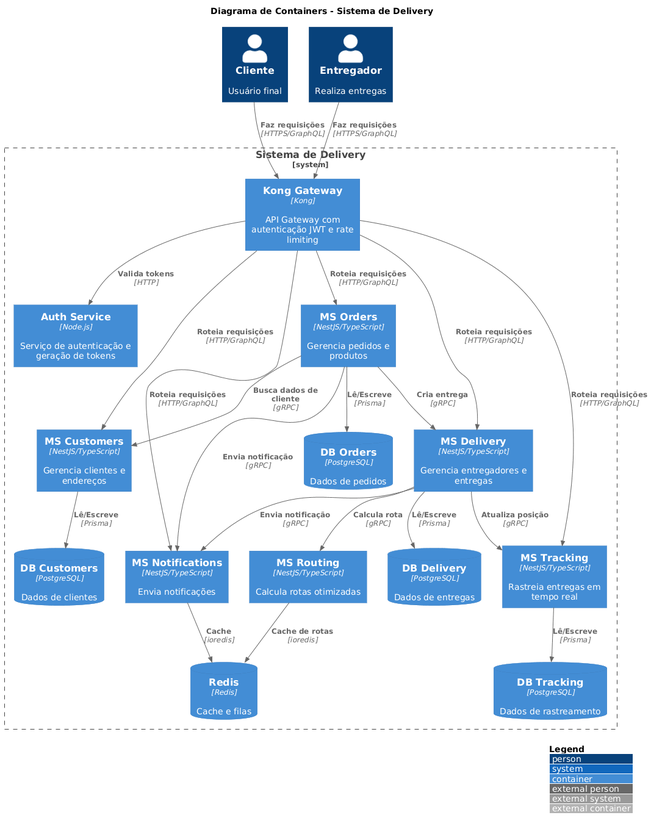
alexsanjr/delivery-cefet keeps this PlantUML diagram as docs/c4-diagrams/c4-container.png. Above is the earlier version.
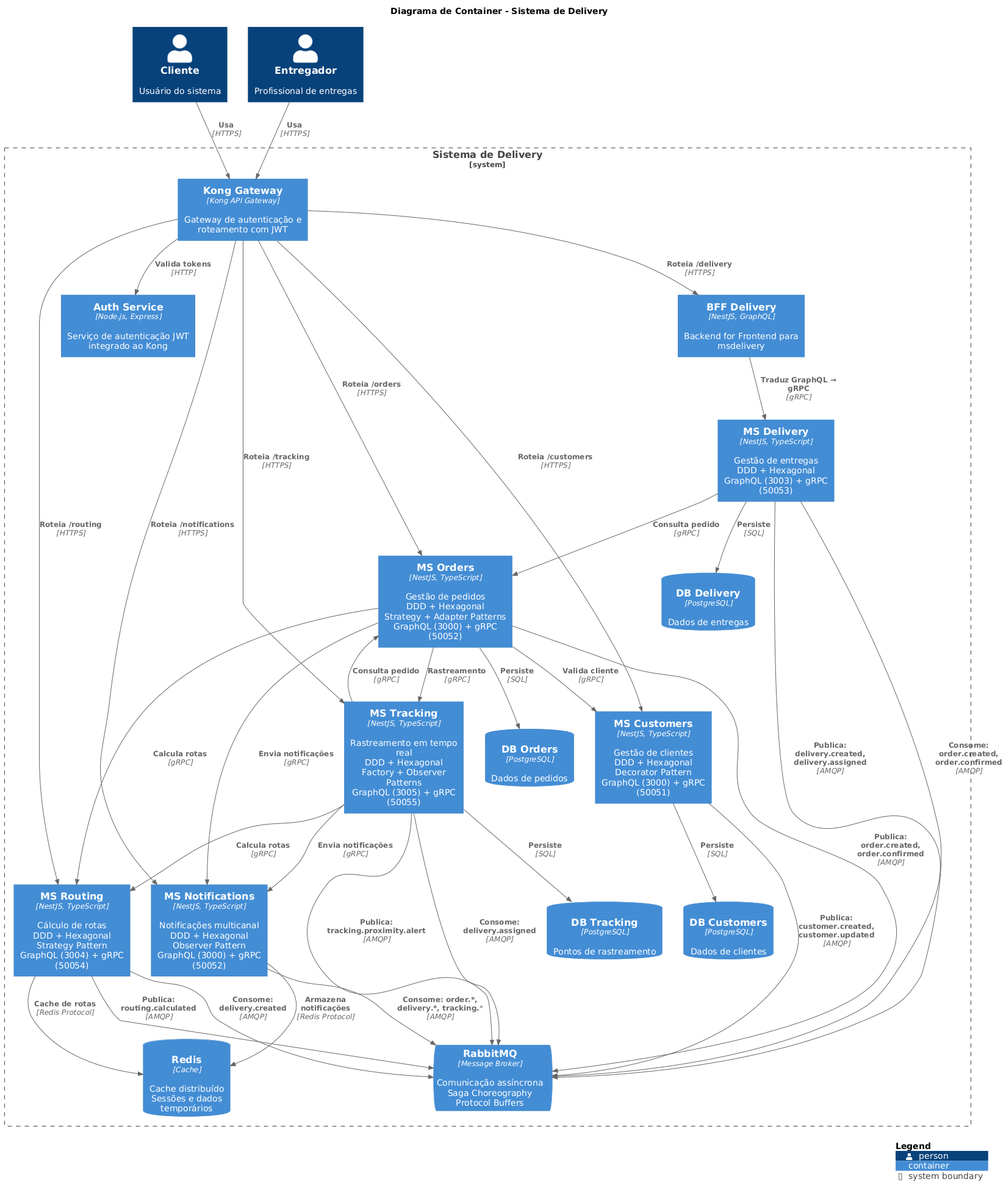
The same file after the commit.

The edit, as a diff of the source:
```diff
@@ -1,55 +1,78 @@
 @startuml
 !include https://raw.githubusercontent.com/plantuml-stdlib/C4-PlantUML/master/C4_Container.puml
 
-LAYOUT_WITH_LEGEND()
+LAYOUT_TOP_DOWN()
 
-title Diagrama de Containers - Sistema de Delivery
+title Diagrama de Container - Sistema de Delivery
 
-Person(cliente, "Cliente", "Usuário final")
-Person(entregador, "Entregador", "Realiza entregas")
+Person(cliente, "Cliente", "Usuário do sistema")
+Person(entregador, "Entregador", "Profissional de entregas")
 
-System_Boundary(sistema, "Sistema de Delivery") {
-    Container(apiGateway, "Kong Gateway", "Kong", "API Gateway com autenticação JWT e rate limiting")
-    Container(authService, "Auth Service", "Node.js", "Serviço de autenticação e geração de tokens")
+System_Boundary(delivery, "Sistema de Delivery") {
+    Container(bff, "BFF Delivery", "NestJS, GraphQL", "Backend for Frontend para msdelivery")
+    Container(kong, "Kong Gateway", "Kong API Gateway", "Gateway de autenticação e roteamento com JWT")
+    Container(auth_service, "Auth Service", "Node.js, Express", "Serviço de autenticação JWT integrado ao Kong")
 
-    Container(msCustomers, "MS Customers", "NestJS/TypeScript", "Gerencia clientes e endereços")
-    Container(msOrders, "MS Orders", "NestJS/TypeScript", "Gerencia pedidos e produtos")
-    Container(msDelivery, "MS Delivery", "NestJS/TypeScript", "Gerencia entregadores e entregas")
-    Container(msNotifications, "MS Notifications", "NestJS/TypeScript", "Envia notificações")
-    Container(msRouting, "MS Routing", "NestJS/TypeScript", "Calcula rotas otimizadas")
-    Container(msTracking, "MS Tracking", "NestJS/TypeScript", "Rastreia entregas em tempo real")
+    Container(mscustomers, "MS Customers", "NestJS, TypeScript", "Gestão de clientes\nDDD + Hexagonal\nDecorator Pattern\nGraphQL (3000) + gRPC (50051)")
+    Container(msorders, "MS Orders", "NestJS, TypeScript", "Gestão de pedidos\nDDD + Hexagonal\nStrategy + Adapter Patterns\nGraphQL (3000) + gRPC (50052)")
+    Container(msdelivery, "MS Delivery", "NestJS, TypeScript", "Gestão de entregas\nDDD + Hexagonal\nGraphQL (3003) + gRPC (50053)")
+    Container(msrouting, "MS Routing", "NestJS, TypeScript", "Cálculo de rotas\nDDD + Hexagonal\nStrategy Pattern\nGraphQL (3004) + gRPC (50054)")
+    Container(msnotifications, "MS Notifications", "NestJS, TypeScript", "Notificações multicanal\nDDD + Hexagonal\nObserver Pattern\nGraphQL (3000) + gRPC (50052)")
+    Container(mstracking, "MS Tracking", "NestJS, TypeScript", "Rastreamento em tempo real\nDDD + Hexagonal\nFactory + Observer Patterns\nGraphQL (3005) + gRPC (50055)")
 
-    ContainerDb(dbCustomers, "DB Customers", "PostgreSQL", "Dados de clientes")
-    ContainerDb(dbOrders, "DB Orders", "PostgreSQL", "Dados de pedidos")
-    ContainerDb(dbDelivery, "DB Delivery", "PostgreSQL", "Dados de entregas")
-    ContainerDb(dbTracking, "DB Tracking", "PostgreSQL", "Dados de rastreamento")
+    ContainerQueue(rabbitmq, "RabbitMQ", "Message Broker", "Comunicação assíncrona\nSaga Choreography\nProtocol Buffers")
+    ContainerDb(redis, "Redis", "Cache", "Cache distribuído\nSessões e dados temporários")
 
-    ContainerDb(redis, "Redis", "Redis", "Cache e filas")
+    ContainerDb(db_customers, "DB Customers", "PostgreSQL", "Dados de clientes")
+    ContainerDb(db_orders, "DB Orders", "PostgreSQL", "Dados de pedidos")
+    ContainerDb(db_delivery, "DB Delivery", "PostgreSQL", "Dados de entregas")
+    ContainerDb(db_tracking, "DB Tracking", "PostgreSQL", "Pontos de rastreamento")
 }
 
-Rel(cliente, apiGateway, "Faz requisições", "HTTPS/GraphQL")
-Rel(entregador, apiGateway, "Faz requisições", "HTTPS/GraphQL")
+Rel(cliente, kong, "Usa", "HTTPS")
+Rel(entregador, kong, "Usa", "HTTPS")
 
-Rel(apiGateway, authService, "Valida tokens", "HTTP")
-Rel(apiGateway, msCustomers, "Roteia requisições", "HTTP/GraphQL")
-Rel(apiGateway, msOrders, "Roteia requisições", "HTTP/GraphQL")
-Rel(apiGateway, msDelivery, "Roteia requisições", "HTTP/GraphQL")
-Rel(apiGateway, msNotifications, "Roteia requisições", "HTTP/GraphQL")
-Rel(apiGateway, msTracking, "Roteia requisições", "HTTP/GraphQL")
+Rel(kong, auth_service, "Valida tokens", "HTTP")
 
-Rel(msOrders, msCustomers, "Busca dados de cliente", "gRPC")
-Rel(msOrders, msNotifications, "Envia notificação", "gRPC")
-Rel(msOrders, msDelivery, "Cria entrega", "gRPC")
+Rel(kong, bff, "Roteia /delivery", "HTTPS")
+Rel(kong, mscustomers, "Roteia /customers", "HTTPS")
+Rel(kong, msorders, "Roteia /orders", "HTTPS")
+Rel(kong, msrouting, "Roteia /routing", "HTTPS")
+Rel(kong, msnotifications, "Roteia /notifications", "HTTPS")
+Rel(kong, mstracking, "Roteia /tracking", "HTTPS")
 
-Rel(msDelivery, msRouting, "Calcula rota", "gRPC")
-Rel(msDelivery, msTracking, "Atualiza posição", "gRPC")
-Rel(msDelivery, msNotifications, "Envia notificação", "gRPC")
+Rel(bff, msdelivery, "Traduz GraphQL → gRPC", "gRPC")
 
-Rel(msCustomers, dbCustomers, "Lê/Escreve", "Prisma")
-Rel(msOrders, dbOrders, "Lê/Escreve", "Prisma")
-Rel(msDelivery, dbDelivery, "Lê/Escreve", "Prisma")
-Rel(msTracking, dbTracking, "Lê/Escreve", "Prisma")
+Rel(mscustomers, db_customers, "Persiste", "SQL")
+Rel(msorders, db_orders, "Persiste", "SQL")
+Rel(msdelivery, db_delivery, "Persiste", "SQL")
+Rel(mstracking, db_tracking, "Persiste", "SQL")
 
-Rel(msNotifications, redis, "Cache", "ioredis")
-Rel(msRouting, redis, "Cache de rotas", "ioredis")
+Rel(msnotifications, redis, "Armazena notificações", "Redis Protocol")
+
+Rel(mscustomers, rabbitmq, "Publica: customer.created, customer.updated", "AMQP")
+Rel(msorders, rabbitmq, "Publica: order.created, order.confirmed", "AMQP")
+Rel(msdelivery, rabbitmq, "Publica: delivery.created, delivery.assigned", "AMQP")
+Rel(msrouting, rabbitmq, "Publica: routing.calculated", "AMQP")
+Rel(mstracking, rabbitmq, "Publica: tracking.proximity.alert", "AMQP")
+
+Rel(msdelivery, rabbitmq, "Consome: order.created, order.confirmed", "AMQP")
+Rel(msnotifications, rabbitmq, "Consome: order.*, delivery.*, tracking.*", "AMQP")
+Rel(mstracking, rabbitmq, "Consome: delivery.assigned", "AMQP")
+Rel(msrouting, rabbitmq, "Consome: delivery.created", "AMQP")
+
+Rel(msorders, mscustomers, "Valida cliente", "gRPC")
+Rel(msorders, msrouting, "Calcula rotas", "gRPC")
+Rel(msorders, mstracking, "Rastreamento", "gRPC")
+Rel(msorders, msnotifications, "Envia notificações", "gRPC")
+
+Rel(msdelivery, msorders, "Consulta pedido", "gRPC")
+
+Rel(mstracking, msorders, "Consulta pedido", "gRPC")
+Rel(mstracking, msrouting, "Calcula rotas", "gRPC")
+Rel(mstracking, msnotifications, "Envia notificações", "gRPC")
+
+Rel(msrouting, redis, "Cache de rotas", "Redis Protocol")
+
+SHOW_LEGEND()
 @enduml
```
